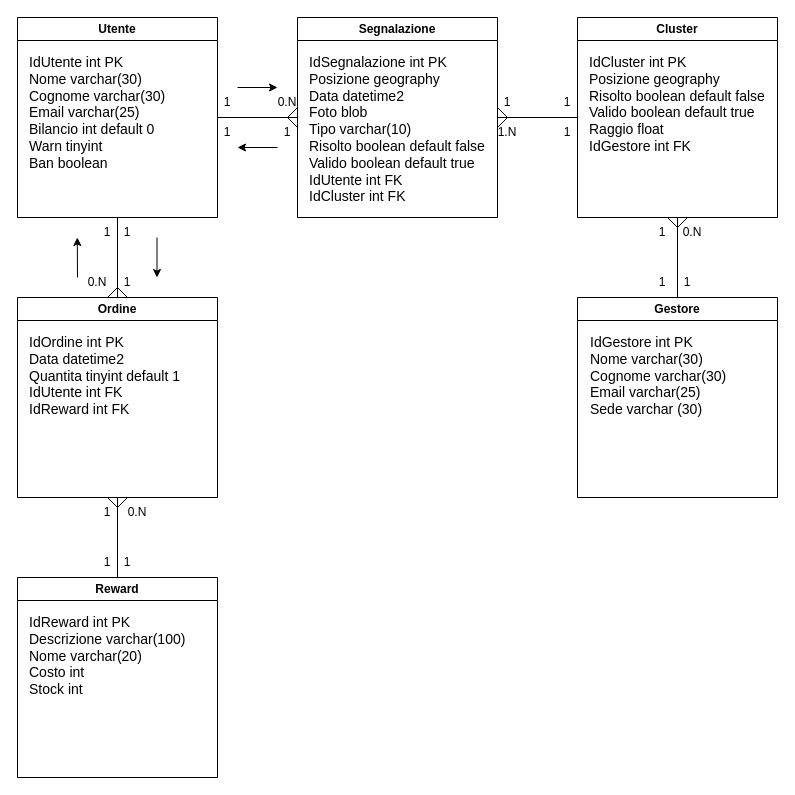
This is Materiale Progettazione/DiagrammaER/Modello.drawio from Gruppo-IS44/Comune-Pulito-bead80e0, a draw.io file, before an edit. Source tidied: cells renumbered, new cells numbered last; positions are measured from the earlier drawing's top-left corner, leaving out a move shared by most shapes. Both pictures are drawn from the tidied source at 100%, with x=0, y=0 at pixel (17, 17).
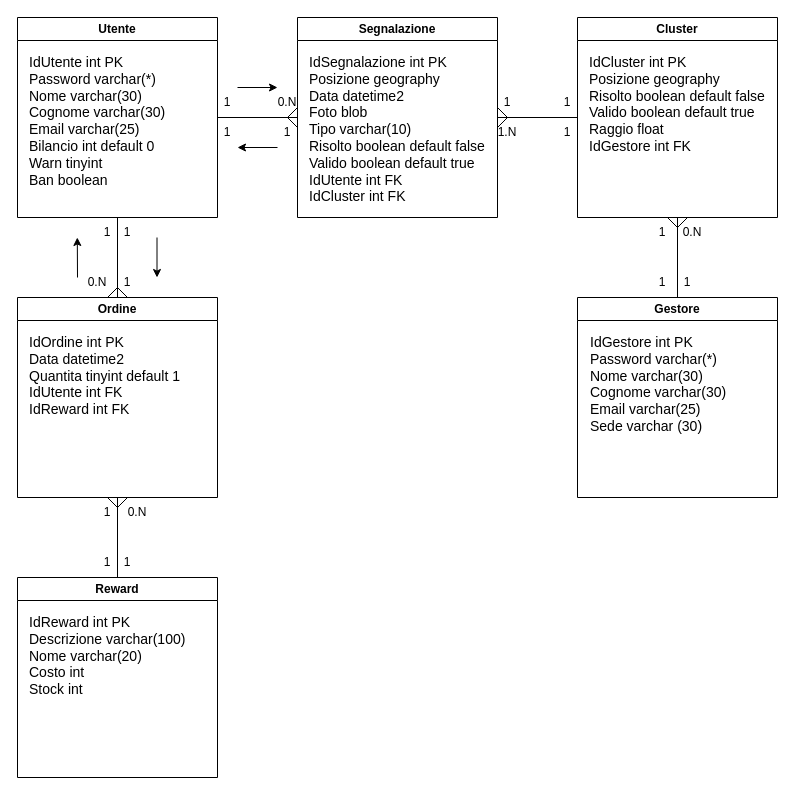
Above is the later version.

Commit message (it also covers changes not shown here):
Aggiunta password

Unchanged cells that the change refers to:
```xml
<mxCell id="2" value="Utente" style="swimlane;whiteSpace=wrap;html=1;" parent="1" vertex="1">
  <mxGeometry width="200" height="200" as="geometry" />
</mxCell>
<mxCell id="14" value="Gestore" style="swimlane;whiteSpace=wrap;html=1;" parent="1" vertex="1">
  <mxGeometry x="560" y="280" width="200" height="200" as="geometry" />
</mxCell>
```

Change to the diagram source:
```diff
@@
-    <mxCell id="3" value="&lt;font style=&quot;font-size: 14px;&quot;&gt;IdUtente int PK&lt;br&gt;Nome varchar(30)&lt;br&gt;Cognome varchar(30)&lt;br&gt;Email varchar(25)&lt;br&gt;Bilancio int default 0&lt;br&gt;Warn tinyint&lt;br&gt;Ban boolean&lt;br&gt;&lt;br&gt;&lt;/font&gt;" style="text;html=1;strokeColor=none;fillColor=none;align=left;verticalAlign=top;whiteSpace=wrap;rounded=0;" parent="2" vertex="1">
+    <mxCell id="3" value="&lt;font style=&quot;font-size: 14px;&quot;&gt;IdUtente int PK&lt;br&gt;Password varchar(*)&lt;br&gt;Nome varchar(30)&lt;br&gt;Cognome varchar(30)&lt;br&gt;Email varchar(25)&lt;br&gt;Bilancio int default 0&lt;br&gt;Warn tinyint&lt;br&gt;Ban boolean&lt;br&gt;&lt;br&gt;&lt;/font&gt;" style="text;html=1;strokeColor=none;fillColor=none;align=left;verticalAlign=top;whiteSpace=wrap;rounded=0;" parent="2" vertex="1">
       <mxGeometry x="10" y="30" width="180" height="160" as="geometry" />
     </mxCell>
@@
-    <mxCell id="15" value="IdGestore int PK&lt;br&gt;Nome varchar(30)&lt;br&gt;Cognome varchar(30)&lt;br&gt;Email varchar(25)&lt;br&gt;Sede varchar (30)" style="text;html=1;strokeColor=none;fillColor=none;align=left;verticalAlign=top;whiteSpace=wrap;rounded=0;fontSize=14;" parent="14" vertex="1">
+    <mxCell id="15" value="IdGestore int PK&lt;br&gt;Password varchar(*)&lt;br&gt;Nome varchar(30)&lt;br&gt;Cognome varchar(30)&lt;br&gt;Email varchar(25)&lt;br&gt;Sede varchar (30)" style="text;html=1;strokeColor=none;fillColor=none;align=left;verticalAlign=top;whiteSpace=wrap;rounded=0;fontSize=14;" parent="14" vertex="1">
       <mxGeometry x="11" y="30" width="180" height="160" as="geometry" />
     </mxCell>
```
